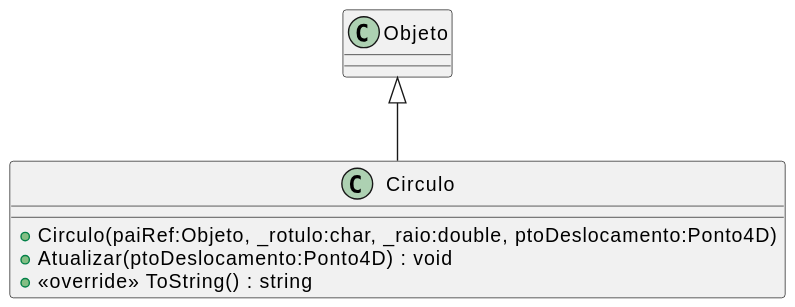
Before: svg/Unidade2/CG_N2_Exemplo/plantuml/Circulo.svg, a diagram exported from PlantUML (majutestoni/disciplina_CG_2025_1).
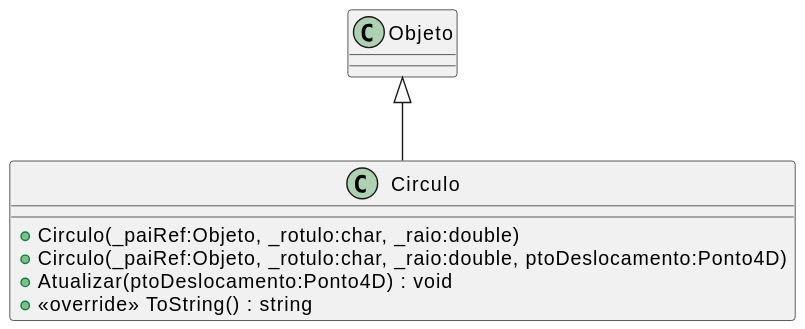
After the change.

Change to the diagram source:
```diff
@@ -1,6 +1,7 @@
 @startuml
 class Circulo {
-    + Circulo(paiRef:Objeto, _rotulo:char, _raio:double, ptoDeslocamento:Ponto4D)
+    + Circulo(_paiRef:Objeto, _rotulo:char, _raio:double)
+    + Circulo(_paiRef:Objeto, _rotulo:char, _raio:double, ptoDeslocamento:Ponto4D)
     + Atualizar(ptoDeslocamento:Ponto4D) : void
     + <<override>> ToString() : string
 }
```
